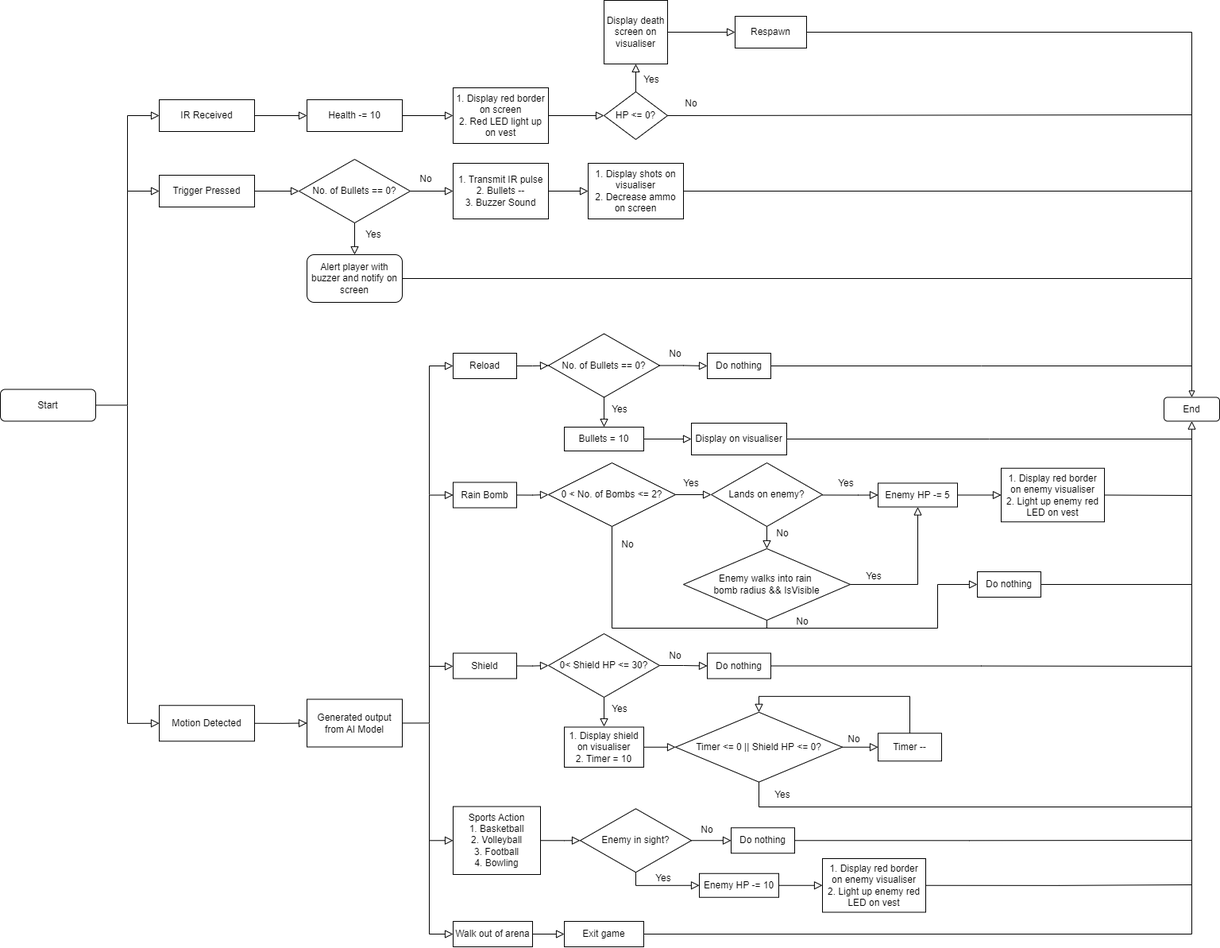
Before: Diagrams/Flow Diagram.png, a diagram exported from draw.io (J0shuaLeong/CG4002). Source tidied: cells renumbered, new cells last; positions are measured from the earlier drawing's top-left corner, leaving out a move shared by most shapes.
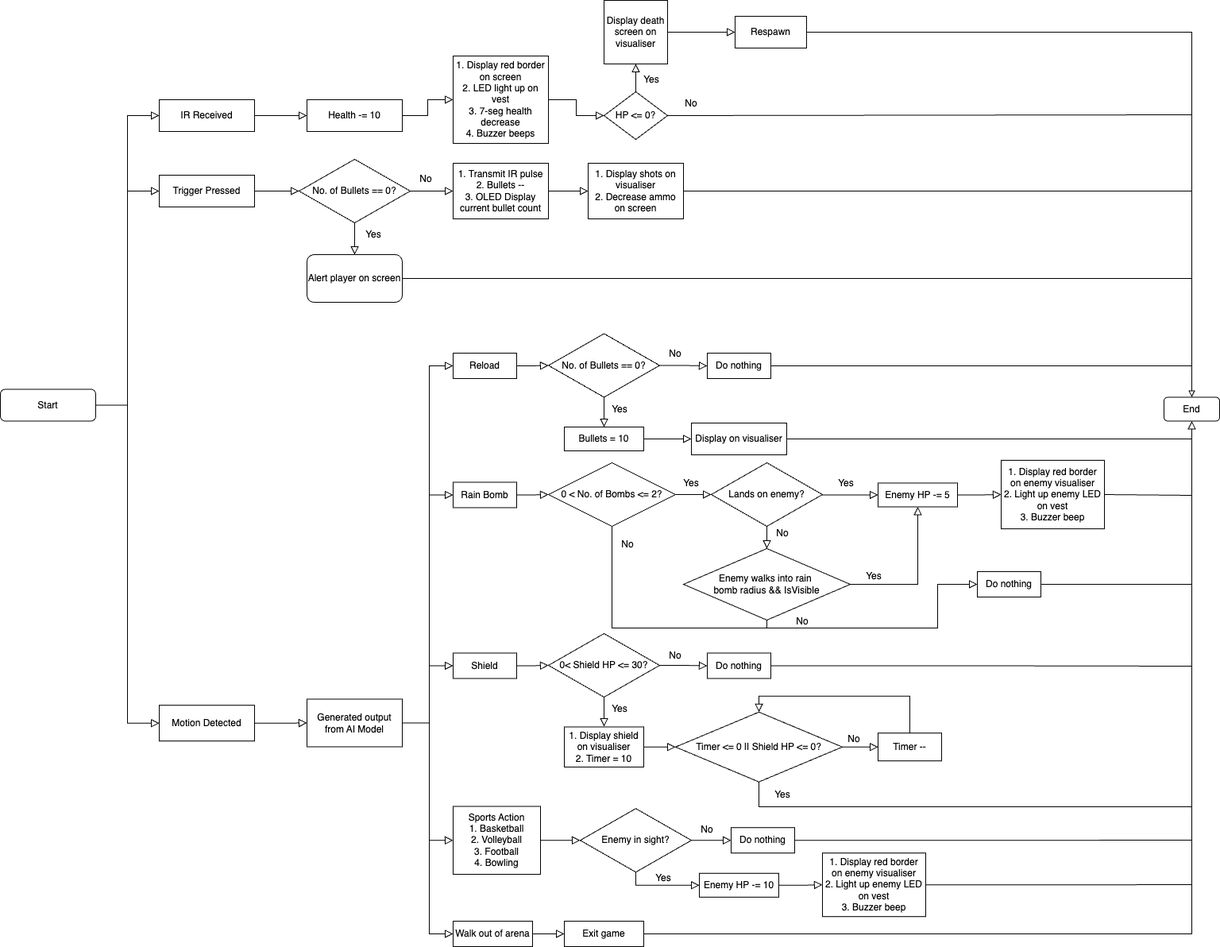
The same file after the commit.

Commit message:
Updated flow diagram for hardware feedback

What changed in the source:
```diff
@@ -17,7 +17,7 @@
     <mxCell id="6" style="rounded=0;html=1;jettySize=auto;fontSize=11;endArrow=block;endFill=0;endSize=8;strokeWidth=1;shadow=0;labelBackgroundColor=none;edgeStyle=orthogonalEdgeStyle;entryX=0;entryY=0.5;entryDx=0;entryDy=0;exitX=1;exitY=0.5;exitDx=0;exitDy=0;" parent="1" edge="1" source="4" target="5">
       <mxGeometry relative="1" as="geometry" />
     </mxCell>
-    <mxCell id="7" value="Alert player with buzzer and notify on screen" style="rounded=1;whiteSpace=wrap;html=1;" parent="1" vertex="1">
+    <mxCell id="7" value="Alert player on screen" style="rounded=1;whiteSpace=wrap;html=1;" parent="1" vertex="1">
       <mxGeometry x="386" y="320" width="120" height="60" as="geometry" />
     </mxCell>
     <mxCell id="8" style="rounded=0;html=1;jettySize=auto;fontSize=11;endArrow=block;endFill=0;endSize=8;strokeWidth=1;shadow=0;labelBackgroundColor=none;edgeStyle=orthogonalEdgeStyle;entryX=0.5;entryY=0;entryDx=0;entryDy=0;exitX=0.5;exitY=1;exitDx=0;exitDy=0;" parent="1" edge="1" source="5" target="7">
@@ -29,7 +29,7 @@
     <mxCell id="10" style="rounded=0;html=1;jettySize=auto;fontSize=11;endArrow=block;endFill=0;endSize=8;strokeWidth=1;shadow=0;labelBackgroundColor=none;edgeStyle=orthogonalEdgeStyle;exitX=1;exitY=0.5;exitDx=0;exitDy=0;entryX=0;entryY=0.5;entryDx=0;entryDy=0;" parent="1" edge="1" source="5" target="11">
       <mxGeometry relative="1" as="geometry" />
     </mxCell>
-    <mxCell id="11" value="1. Transmit IR pulse&lt;div&gt;2. Bullets --&lt;/div&gt;&lt;div&gt;3. Buzzer Sound&lt;/div&gt;" style="rounded=0;whiteSpace=wrap;html=1;" parent="1" vertex="1">
+    <mxCell id="11" value="1. Transmit IR pulse&lt;div&gt;2. Bullets --&lt;/div&gt;&lt;div&gt;3. OLED Display current bullet count&lt;/div&gt;" style="rounded=0;whiteSpace=wrap;html=1;" parent="1" vertex="1">
       <mxGeometry x="570" y="205" width="120" height="70" as="geometry" />
     </mxCell>
     <mxCell id="12" style="rounded=0;html=1;jettySize=auto;fontSize=11;endArrow=block;endFill=0;endSize=8;strokeWidth=1;shadow=0;labelBackgroundColor=none;edgeStyle=orthogonalEdgeStyle;exitX=1;exitY=0.5;exitDx=0;exitDy=0;entryX=0;entryY=0.5;entryDx=0;entryDy=0;" parent="1" edge="1" source="11" target="13">
@@ -63,8 +63,8 @@
     <mxCell id="19" style="rounded=0;html=1;jettySize=auto;fontSize=11;endArrow=block;endFill=0;endSize=8;strokeWidth=1;shadow=0;labelBackgroundColor=none;edgeStyle=orthogonalEdgeStyle;entryX=0;entryY=0.5;entryDx=0;entryDy=0;exitX=1;exitY=0.5;exitDx=0;exitDy=0;" parent="1" edge="1" source="14" target="18">
       <mxGeometry relative="1" as="geometry" />
     </mxCell>
-    <mxCell id="20" value="1. Display red border on screen&lt;div&gt;2. Red LED light up on vest&lt;/div&gt;" style="rounded=0;whiteSpace=wrap;html=1;" parent="1" vertex="1">
-      <mxGeometry x="570" y="110" width="120" height="70" as="geometry" />
+    <mxCell id="20" value="1. Display red border on screen&lt;div&gt;2. LED light up on vest&lt;/div&gt;&lt;div&gt;3. 7-seg health decrease&lt;/div&gt;&lt;div&gt;4. Buzzer beeps&lt;/div&gt;" style="rounded=0;whiteSpace=wrap;html=1;" parent="1" vertex="1">
+      <mxGeometry x="570" y="70" width="120" height="110" as="geometry" />
     </mxCell>
     <mxCell id="21" style="rounded=0;html=1;jettySize=auto;fontSize=11;endArrow=block;endFill=0;endSize=8;strokeWidth=1;shadow=0;labelBackgroundColor=none;edgeStyle=orthogonalEdgeStyle;exitX=1;exitY=0.5;exitDx=0;exitDy=0;entryX=0;entryY=0.5;entryDx=0;entryDy=0;" parent="1" edge="1" source="18" target="20">
       <mxGeometry relative="1" as="geometry" />
@@ -190,8 +190,8 @@
     <mxCell id="57" value="No" style="text;html=1;align=center;verticalAlign=middle;whiteSpace=wrap;rounded=0;" parent="1" vertex="1">
       <mxGeometry x="760" y="669.5" width="60" height="30" as="geometry" />
     </mxCell>
-    <mxCell id="58" value="1. Display red border on enemy visualiser&lt;div&gt;2. Light up enemy red LED on vest&lt;/div&gt;" style="rounded=0;whiteSpace=wrap;html=1;" parent="1" vertex="1">
-      <mxGeometry x="1260" y="588.8" width="130" height="67.5" as="geometry" />
+    <mxCell id="58" value="1. Display red border on enemy visualiser&lt;div&gt;2. Light up enemy LED on vest&lt;/div&gt;&lt;div&gt;3. Buzzer beep&lt;/div&gt;" style="rounded=0;whiteSpace=wrap;html=1;" parent="1" vertex="1">
+      <mxGeometry x="1260" y="578.9" width="130" height="86.2" as="geometry" />
     </mxCell>
     <mxCell id="59" value="Do nothing" style="rounded=0;whiteSpace=wrap;html=1;" parent="1" vertex="1">
       <mxGeometry x="1230" y="719" width="80" height="32" as="geometry" />
@@ -296,8 +296,8 @@
     <mxCell id="83" value="Yes" style="text;html=1;align=center;verticalAlign=middle;whiteSpace=wrap;rounded=0;" parent="1" vertex="1">
       <mxGeometry x="800" y="1050" width="60" height="30" as="geometry" />
     </mxCell>
-    <mxCell id="84" value="1. Display red border on enemy visualiser&lt;div&gt;2. Light up enemy red LED on vest&lt;/div&gt;" style="rounded=0;whiteSpace=wrap;html=1;" parent="1" vertex="1">
-      <mxGeometry x="1035" y="1080" width="130" height="67.5" as="geometry" />
+    <mxCell id="84" value="1. Display red border on enemy visualiser&lt;div&gt;2. Light up enemy LED on vest&lt;/div&gt;&lt;div&gt;3. Buzzer beep&lt;/div&gt;" style="rounded=0;whiteSpace=wrap;html=1;" parent="1" vertex="1">
+      <mxGeometry x="1035" y="1073.2" width="130" height="80" as="geometry" />
     </mxCell>
     <mxCell id="85" value="Do nothing" style="rounded=0;whiteSpace=wrap;html=1;" parent="1" vertex="1">
       <mxGeometry x="920" y="1041.2" width="80" height="32" as="geometry" />
```
